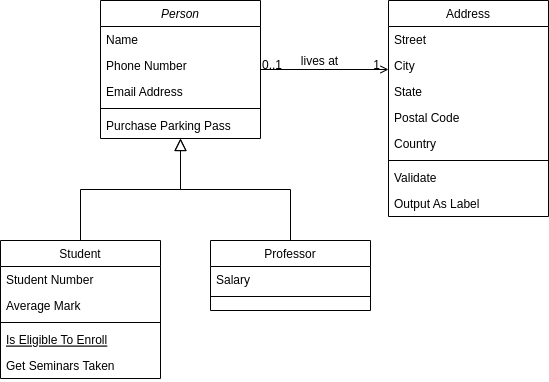
Before: doc/ogier_classDiagram.png, a diagram exported from draw.io (vignesh-kg/ogier). Source tidied: cells renumbered, new cells last; positions are measured from the earlier drawing's top-left corner, leaving out a move shared by most shapes. Source of this version:
```xml
<mxGraphModel>
  <root>
    <mxCell id="0" />
    <mxCell id="1" parent="0" />
    <mxCell id="2" value="Person" style="swimlane;fontStyle=2;align=center;verticalAlign=top;horizontal=1;startSize=26;rounded=0;shadow=0;strokeWidth=1;" parent="1" vertex="1">
      <mxGeometry x="100" width="160" height="138" as="geometry" />
    </mxCell>
    <mxCell id="3" value="Name" style="text;align=left;verticalAlign=top;spacingLeft=4;spacingRight=4;overflow=hidden;" parent="2" vertex="1">
      <mxGeometry y="26" width="160" height="26" as="geometry" />
    </mxCell>
    <mxCell id="4" value="Phone Number" style="text;align=left;verticalAlign=top;spacingLeft=4;spacingRight=4;overflow=hidden;rounded=0;shadow=0;html=0;" parent="2" vertex="1">
      <mxGeometry y="52" width="160" height="26" as="geometry" />
    </mxCell>
    <mxCell id="5" value="Email Address" style="text;align=left;verticalAlign=top;spacingLeft=4;spacingRight=4;overflow=hidden;rounded=0;shadow=0;html=0;" parent="2" vertex="1">
      <mxGeometry y="78" width="160" height="26" as="geometry" />
    </mxCell>
    <mxCell id="6" style="line;html=1;strokeWidth=1;align=left;verticalAlign=middle;spacingTop=-1;spacingLeft=3;spacingRight=3;labelPosition=right;" parent="2" vertex="1">
      <mxGeometry y="104" width="160" height="8" as="geometry" />
    </mxCell>
    <mxCell id="7" value="Purchase Parking Pass" style="text;align=left;verticalAlign=top;spacingLeft=4;spacingRight=4;overflow=hidden;" parent="2" vertex="1">
      <mxGeometry y="112" width="160" height="26" as="geometry" />
    </mxCell>
    <mxCell id="8" value="Student" style="swimlane;fontStyle=0;align=center;verticalAlign=top;horizontal=1;startSize=26;rounded=0;shadow=0;strokeWidth=1;" parent="1" vertex="1">
      <mxGeometry y="240" width="160" height="138" as="geometry" />
    </mxCell>
    <mxCell id="9" value="Student Number" style="text;align=left;verticalAlign=top;spacingLeft=4;spacingRight=4;overflow=hidden;" parent="8" vertex="1">
      <mxGeometry y="26" width="160" height="26" as="geometry" />
    </mxCell>
    <mxCell id="10" value="Average Mark" style="text;align=left;verticalAlign=top;spacingLeft=4;spacingRight=4;overflow=hidden;rounded=0;shadow=0;html=0;" parent="8" vertex="1">
      <mxGeometry y="52" width="160" height="26" as="geometry" />
    </mxCell>
    <mxCell id="11" style="line;html=1;strokeWidth=1;align=left;verticalAlign=middle;spacingTop=-1;spacingLeft=3;spacingRight=3;labelPosition=right;" parent="8" vertex="1">
      <mxGeometry y="78" width="160" height="8" as="geometry" />
    </mxCell>
    <mxCell id="12" value="Is Eligible To Enroll" style="text;align=left;verticalAlign=top;spacingLeft=4;spacingRight=4;overflow=hidden;fontStyle=4;" parent="8" vertex="1">
      <mxGeometry y="86" width="160" height="26" as="geometry" />
    </mxCell>
    <mxCell id="13" value="Get Seminars Taken" style="text;align=left;verticalAlign=top;spacingLeft=4;spacingRight=4;overflow=hidden;" parent="8" vertex="1">
      <mxGeometry y="112" width="160" height="26" as="geometry" />
    </mxCell>
    <mxCell id="14" style="endArrow=block;endSize=10;endFill=0;shadow=0;strokeWidth=1;rounded=0;edgeStyle=elbowEdgeStyle;elbow=vertical;" parent="1" edge="1" source="8" target="2">
      <mxGeometry relative="1" as="geometry" />
    </mxCell>
    <mxCell id="15" value="Professor" style="swimlane;fontStyle=0;align=center;verticalAlign=top;horizontal=1;startSize=26;rounded=0;shadow=0;strokeWidth=1;" parent="1" vertex="1">
      <mxGeometry x="210" y="240" width="160" height="70" as="geometry" />
    </mxCell>
    <mxCell id="16" value="Salary" style="text;align=left;verticalAlign=top;spacingLeft=4;spacingRight=4;overflow=hidden;" parent="15" vertex="1">
      <mxGeometry y="26" width="160" height="26" as="geometry" />
    </mxCell>
    <mxCell id="17" style="line;html=1;strokeWidth=1;align=left;verticalAlign=middle;spacingTop=-1;spacingLeft=3;spacingRight=3;labelPosition=right;" parent="15" vertex="1">
      <mxGeometry y="52" width="160" height="8" as="geometry" />
    </mxCell>
    <mxCell id="18" style="endArrow=block;endSize=10;endFill=0;shadow=0;strokeWidth=1;rounded=0;edgeStyle=elbowEdgeStyle;elbow=vertical;" parent="1" edge="1" source="15" target="2">
      <mxGeometry relative="1" as="geometry" />
    </mxCell>
    <mxCell id="19" value="Address" style="swimlane;fontStyle=0;align=center;verticalAlign=top;horizontal=1;startSize=26;rounded=0;shadow=0;strokeWidth=1;" parent="1" vertex="1">
      <mxGeometry x="388" width="160" height="216" as="geometry" />
    </mxCell>
    <mxCell id="20" value="Street" style="text;align=left;verticalAlign=top;spacingLeft=4;spacingRight=4;overflow=hidden;" parent="19" vertex="1">
      <mxGeometry y="26" width="160" height="26" as="geometry" />
    </mxCell>
    <mxCell id="21" value="City" style="text;align=left;verticalAlign=top;spacingLeft=4;spacingRight=4;overflow=hidden;rounded=0;shadow=0;html=0;" parent="19" vertex="1">
      <mxGeometry y="52" width="160" height="26" as="geometry" />
    </mxCell>
    <mxCell id="22" value="State" style="text;align=left;verticalAlign=top;spacingLeft=4;spacingRight=4;overflow=hidden;rounded=0;shadow=0;html=0;" parent="19" vertex="1">
      <mxGeometry y="78" width="160" height="26" as="geometry" />
    </mxCell>
    <mxCell id="23" value="Postal Code" style="text;align=left;verticalAlign=top;spacingLeft=4;spacingRight=4;overflow=hidden;rounded=0;shadow=0;html=0;" parent="19" vertex="1">
      <mxGeometry y="104" width="160" height="26" as="geometry" />
    </mxCell>
    <mxCell id="24" value="Country" style="text;align=left;verticalAlign=top;spacingLeft=4;spacingRight=4;overflow=hidden;rounded=0;shadow=0;html=0;" parent="19" vertex="1">
      <mxGeometry y="130" width="160" height="26" as="geometry" />
    </mxCell>
    <mxCell id="25" style="line;html=1;strokeWidth=1;align=left;verticalAlign=middle;spacingTop=-1;spacingLeft=3;spacingRight=3;labelPosition=right;" parent="19" vertex="1">
      <mxGeometry y="156" width="160" height="8" as="geometry" />
    </mxCell>
    <mxCell id="26" value="Validate" style="text;align=left;verticalAlign=top;spacingLeft=4;spacingRight=4;overflow=hidden;" parent="19" vertex="1">
      <mxGeometry y="164" width="160" height="26" as="geometry" />
    </mxCell>
    <mxCell id="27" value="Output As Label" style="text;align=left;verticalAlign=top;spacingLeft=4;spacingRight=4;overflow=hidden;" parent="19" vertex="1">
      <mxGeometry y="190" width="160" height="26" as="geometry" />
    </mxCell>
    <mxCell id="28" style="endArrow=open;shadow=0;strokeWidth=1;rounded=0;endFill=1;edgeStyle=elbowEdgeStyle;elbow=vertical;" parent="1" edge="1" source="2" target="19">
      <mxGeometry x="0.5" y="41" relative="1" as="geometry">
        <mxPoint x="-40" y="32" as="offset" />
      </mxGeometry>
    </mxCell>
    <mxCell id="29" value="0..1" style="align=left;verticalAlign=bottom;labelBackgroundColor=none;fontSize=12;" parent="28" vertex="1">
      <mxGeometry x="-1" relative="1" as="geometry">
        <mxPoint y="4" as="offset" />
      </mxGeometry>
    </mxCell>
    <mxCell id="30" value="1" style="align=right;verticalAlign=bottom;labelBackgroundColor=none;fontSize=12;" parent="28" vertex="1">
      <mxGeometry x="1" relative="1" as="geometry">
        <mxPoint x="-7" y="4" as="offset" />
      </mxGeometry>
    </mxCell>
    <mxCell id="31" value="lives at" style="text;html=1;align=center;verticalAlign=middle;labelBackgroundColor=none;rounded=0;shadow=0;strokeWidth=1;fontSize=12;" parent="28" vertex="1">
      <mxGeometry x="0.5" y="49" relative="1" as="geometry">
        <mxPoint x="-38" y="40" as="offset" />
      </mxGeometry>
    </mxCell>
  </root>
</mxGraphModel>
```
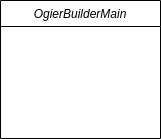
Above is the later version.

What changed in the source:
```diff
@@ -2,103 +2,8 @@
   <root>
     <mxCell id="0" />
     <mxCell id="1" parent="0" />
-    <mxCell id="2" value="Person" style="swimlane;fontStyle=2;align=center;verticalAlign=top;horizontal=1;startSize=26;rounded=0;shadow=0;strokeWidth=1;" parent="1" vertex="1">
+    <mxCell id="2" value="OgierBuilderMain" style="swimlane;fontStyle=2;align=center;verticalAlign=top;horizontal=1;startSize=26;rounded=0;shadow=0;strokeWidth=1;" parent="1" vertex="1">
       <mxGeometry x="100" width="160" height="138" as="geometry" />
     </mxCell>
-    <mxCell id="3" value="Name" style="text;align=left;verticalAlign=top;spacingLeft=4;spacingRight=4;overflow=hidden;" parent="2" vertex="1">
-      <mxGeometry y="26" width="160" height="26" as="geometry" />
-    </mxCell>
-    <mxCell id="4" value="Phone Number" style="text;align=left;verticalAlign=top;spacingLeft=4;spacingRight=4;overflow=hidden;rounded=0;shadow=0;html=0;" parent="2" vertex="1">
-      <mxGeometry y="52" width="160" height="26" as="geometry" />
-    </mxCell>
-    <mxCell id="5" value="Email Address" style="text;align=left;verticalAlign=top;spacingLeft=4;spacingRight=4;overflow=hidden;rounded=0;shadow=0;html=0;" parent="2" vertex="1">
-      <mxGeometry y="78" width="160" height="26" as="geometry" />
-    </mxCell>
-    <mxCell id="6" style="line;html=1;strokeWidth=1;align=left;verticalAlign=middle;spacingTop=-1;spacingLeft=3;spacingRight=3;labelPosition=right;" parent="2" vertex="1">
-      <mxGeometry y="104" width="160" height="8" as="geometry" />
-    </mxCell>
-    <mxCell id="7" value="Purchase Parking Pass" style="text;align=left;verticalAlign=top;spacingLeft=4;spacingRight=4;overflow=hidden;" parent="2" vertex="1">
-      <mxGeometry y="112" width="160" height="26" as="geometry" />
-    </mxCell>
-    <mxCell id="8" value="Student" style="swimlane;fontStyle=0;align=center;verticalAlign=top;horizontal=1;startSize=26;rounded=0;shadow=0;strokeWidth=1;" parent="1" vertex="1">
-      <mxGeometry y="240" width="160" height="138" as="geometry" />
-    </mxCell>
-    <mxCell id="9" value="Student Number" style="text;align=left;verticalAlign=top;spacingLeft=4;spacingRight=4;overflow=hidden;" parent="8" vertex="1">
-      <mxGeometry y="26" width="160" height="26" as="geometry" />
-    </mxCell>
-    <mxCell id="10" value="Average Mark" style="text;align=left;verticalAlign=top;spacingLeft=4;spacingRight=4;overflow=hidden;rounded=0;shadow=0;html=0;" parent="8" vertex="1">
-      <mxGeometry y="52" width="160" height="26" as="geometry" />
-    </mxCell>
-    <mxCell id="11" style="line;html=1;strokeWidth=1;align=left;verticalAlign=middle;spacingTop=-1;spacingLeft=3;spacingRight=3;labelPosition=right;" parent="8" vertex="1">
-      <mxGeometry y="78" width="160" height="8" as="geometry" />
-    </mxCell>
-    <mxCell id="12" value="Is Eligible To Enroll" style="text;align=left;verticalAlign=top;spacingLeft=4;spacingRight=4;overflow=hidden;fontStyle=4;" parent="8" vertex="1">
-      <mxGeometry y="86" width="160" height="26" as="geometry" />
-    </mxCell>
-    <mxCell id="13" value="Get Seminars Taken" style="text;align=left;verticalAlign=top;spacingLeft=4;spacingRight=4;overflow=hidden;" parent="8" vertex="1">
-      <mxGeometry y="112" width="160" height="26" as="geometry" />
-    </mxCell>
-    <mxCell id="14" style="endArrow=block;endSize=10;endFill=0;shadow=0;strokeWidth=1;rounded=0;edgeStyle=elbowEdgeStyle;elbow=vertical;" parent="1" edge="1" source="8" target="2">
-      <mxGeometry relative="1" as="geometry" />
-    </mxCell>
-    <mxCell id="15" value="Professor" style="swimlane;fontStyle=0;align=center;verticalAlign=top;horizontal=1;startSize=26;rounded=0;shadow=0;strokeWidth=1;" parent="1" vertex="1">
-      <mxGeometry x="210" y="240" width="160" height="70" as="geometry" />
-    </mxCell>
-    <mxCell id="16" value="Salary" style="text;align=left;verticalAlign=top;spacingLeft=4;spacingRight=4;overflow=hidden;" parent="15" vertex="1">
-      <mxGeometry y="26" width="160" height="26" as="geometry" />
-    </mxCell>
-    <mxCell id="17" style="line;html=1;strokeWidth=1;align=left;verticalAlign=middle;spacingTop=-1;spacingLeft=3;spacingRight=3;labelPosition=right;" parent="15" vertex="1">
-      <mxGeometry y="52" width="160" height="8" as="geometry" />
-    </mxCell>
-    <mxCell id="18" style="endArrow=block;endSize=10;endFill=0;shadow=0;strokeWidth=1;rounded=0;edgeStyle=elbowEdgeStyle;elbow=vertical;" parent="1" edge="1" source="15" target="2">
-      <mxGeometry relative="1" as="geometry" />
-    </mxCell>
-    <mxCell id="19" value="Address" style="swimlane;fontStyle=0;align=center;verticalAlign=top;horizontal=1;startSize=26;rounded=0;shadow=0;strokeWidth=1;" parent="1" vertex="1">
-      <mxGeometry x="388" width="160" height="216" as="geometry" />
-    </mxCell>
-    <mxCell id="20" value="Street" style="text;align=left;verticalAlign=top;spacingLeft=4;spacingRight=4;overflow=hidden;" parent="19" vertex="1">
-      <mxGeometry y="26" width="160" height="26" as="geometry" />
-    </mxCell>
-    <mxCell id="21" value="City" style="text;align=left;verticalAlign=top;spacingLeft=4;spacingRight=4;overflow=hidden;rounded=0;shadow=0;html=0;" parent="19" vertex="1">
-      <mxGeometry y="52" width="160" height="26" as="geometry" />
-    </mxCell>
-    <mxCell id="22" value="State" style="text;align=left;verticalAlign=top;spacingLeft=4;spacingRight=4;overflow=hidden;rounded=0;shadow=0;html=0;" parent="19" vertex="1">
-      <mxGeometry y="78" width="160" height="26" as="geometry" />
-    </mxCell>
-    <mxCell id="23" value="Postal Code" style="text;align=left;verticalAlign=top;spacingLeft=4;spacingRight=4;overflow=hidden;rounded=0;shadow=0;html=0;" parent="19" vertex="1">
-      <mxGeometry y="104" width="160" height="26" as="geometry" />
-    </mxCell>
-    <mxCell id="24" value="Country" style="text;align=left;verticalAlign=top;spacingLeft=4;spacingRight=4;overflow=hidden;rounded=0;shadow=0;html=0;" parent="19" vertex="1">
-      <mxGeometry y="130" width="160" height="26" as="geometry" />
-    </mxCell>
-    <mxCell id="25" style="line;html=1;strokeWidth=1;align=left;verticalAlign=middle;spacingTop=-1;spacingLeft=3;spacingRight=3;labelPosition=right;" parent="19" vertex="1">
-      <mxGeometry y="156" width="160" height="8" as="geometry" />
-    </mxCell>
-    <mxCell id="26" value="Validate" style="text;align=left;verticalAlign=top;spacingLeft=4;spacingRight=4;overflow=hidden;" parent="19" vertex="1">
-      <mxGeometry y="164" width="160" height="26" as="geometry" />
-    </mxCell>
-    <mxCell id="27" value="Output As Label" style="text;align=left;verticalAlign=top;spacingLeft=4;spacingRight=4;overflow=hidden;" parent="19" vertex="1">
-      <mxGeometry y="190" width="160" height="26" as="geometry" />
-    </mxCell>
-    <mxCell id="28" style="endArrow=open;shadow=0;strokeWidth=1;rounded=0;endFill=1;edgeStyle=elbowEdgeStyle;elbow=vertical;" parent="1" edge="1" source="2" target="19">
-      <mxGeometry x="0.5" y="41" relative="1" as="geometry">
-        <mxPoint x="-40" y="32" as="offset" />
-      </mxGeometry>
-    </mxCell>
-    <mxCell id="29" value="0..1" style="align=left;verticalAlign=bottom;labelBackgroundColor=none;fontSize=12;" parent="28" vertex="1">
-      <mxGeometry x="-1" relative="1" as="geometry">
-        <mxPoint y="4" as="offset" />
-      </mxGeometry>
-    </mxCell>
-    <mxCell id="30" value="1" style="align=right;verticalAlign=bottom;labelBackgroundColor=none;fontSize=12;" parent="28" vertex="1">
-      <mxGeometry x="1" relative="1" as="geometry">
-        <mxPoint x="-7" y="4" as="offset" />
-      </mxGeometry>
-    </mxCell>
-    <mxCell id="31" value="lives at" style="text;html=1;align=center;verticalAlign=middle;labelBackgroundColor=none;rounded=0;shadow=0;strokeWidth=1;fontSize=12;" parent="28" vertex="1">
-      <mxGeometry x="0.5" y="49" relative="1" as="geometry">
-        <mxPoint x="-38" y="40" as="offset" />
-      </mxGeometry>
-    </mxCell>
   </root>
 </mxGraphModel>
```
